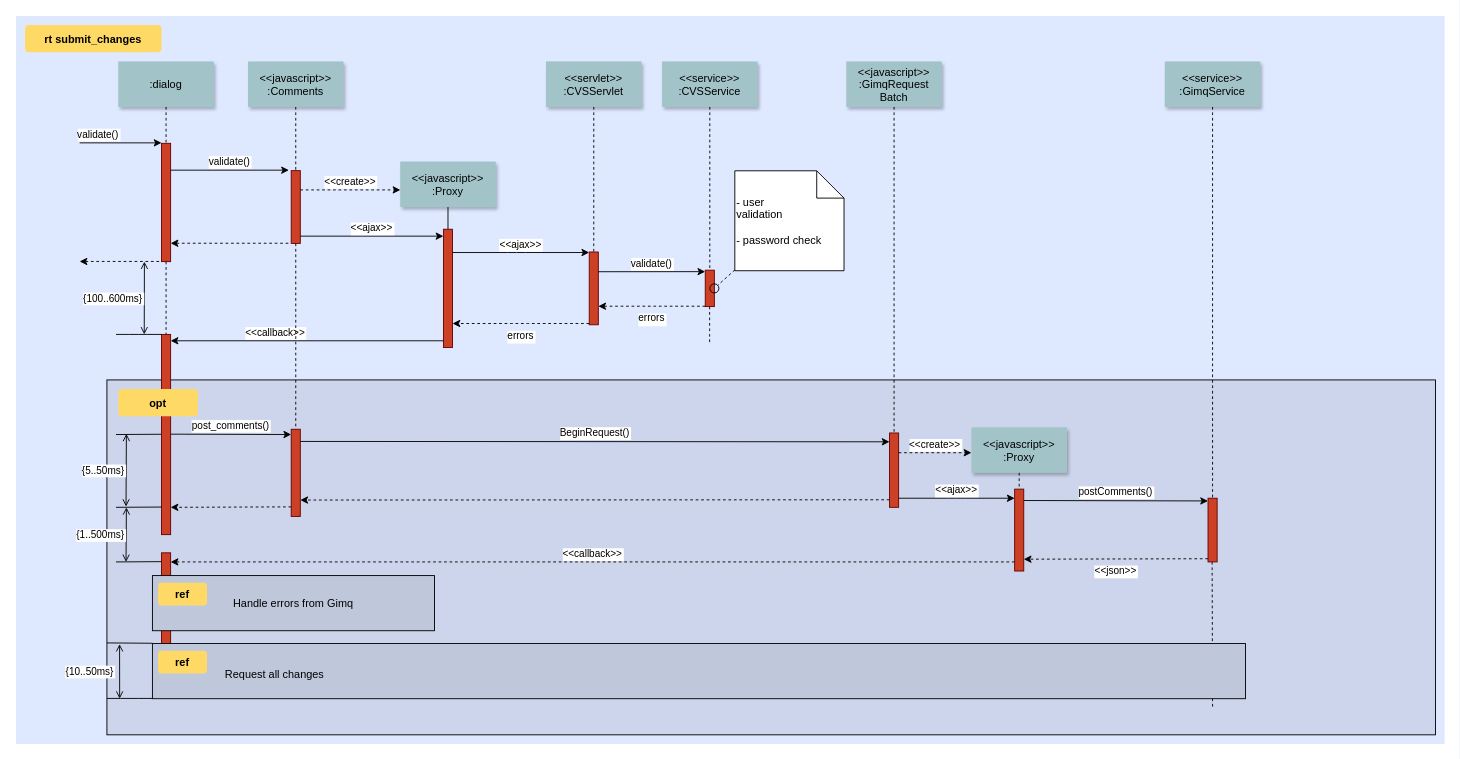
Above: ddd/Untitled Diagram.drawio in jerrylovelife/draw.io (draw.io), before the change. Source tidied: cells renumbered, new cells numbered last; positions are measured from the earlier drawing's top-left corner, leaving out a move shared by most shapes. Both pictures are drawn from the tidied source at 91%, with x=0, y=0 at pixel (15, 15).
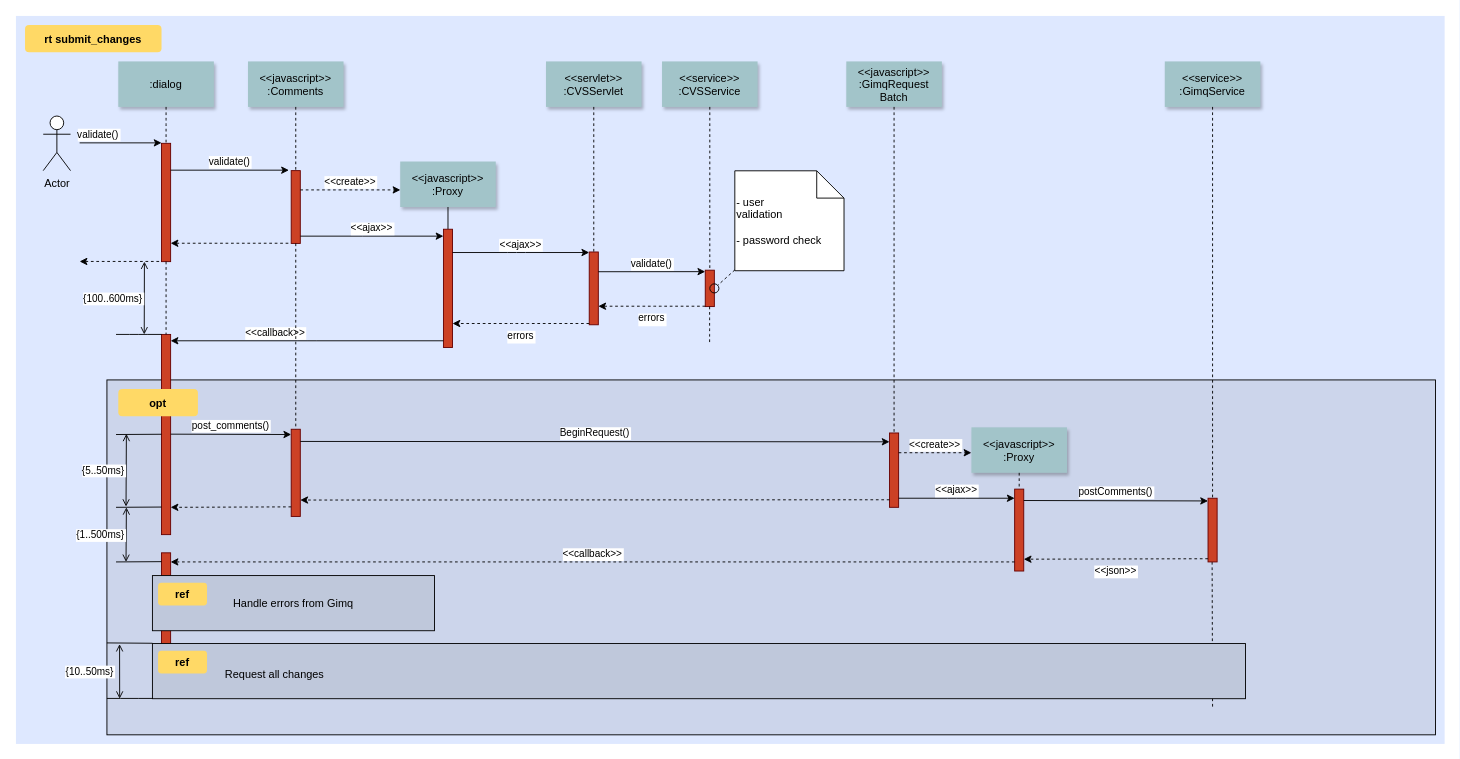
Above is the later version.

The edit, as a diff of the source:
```diff
@@
+    <mxCell id="75" value="Actor" style="shape=umlActor;verticalLabelPosition=bottom;verticalAlign=top;html=1;" parent="1" vertex="1">
+      <mxGeometry x="30" y="110" width="30" height="60" as="geometry" />
+    </mxCell>
```
